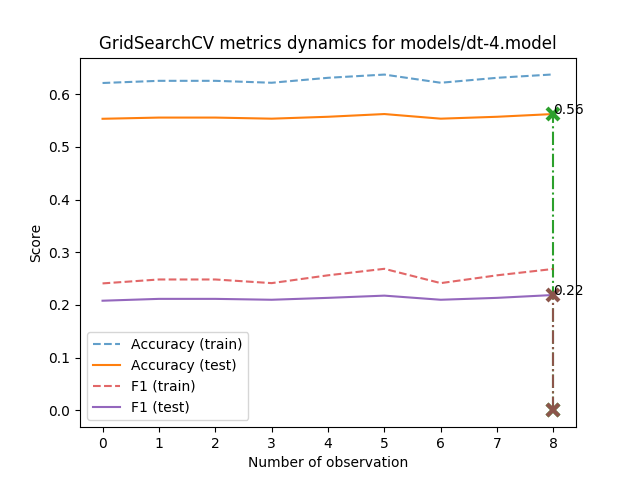
Earlier version of the Graphviz export models/dt-4.model_metrics.png (AverHLV/diploma-computations). Its source is kept beside it as models/dt-4.model.dot.
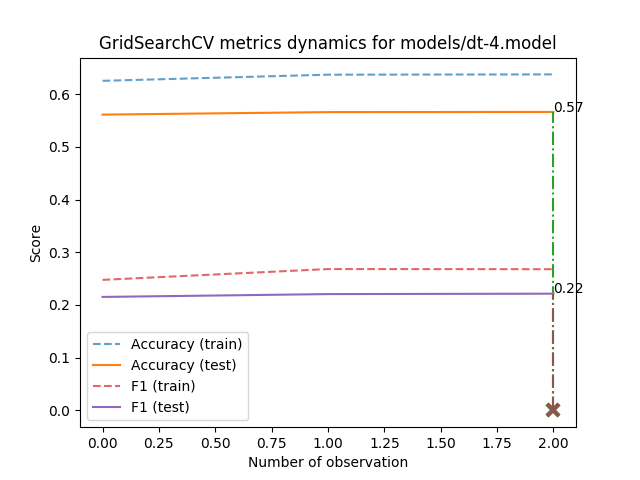
Later version of the same file.

Change to the diagram source:
```diff
@@ -1,56 +1,56 @@
 digraph Tree {
 node [shape=box, style="filled", color="black"] ;
-0 [label="Topic <= 0.998\ngini = 0.558\nsamples = 12051\nvalue = [[25, 5162, 698, 4398, 1768]\n[330, 7345, 2421, 810, 1145]\n[145, 6593, 575, 4045, 693]\n...\n[15, 5632, 841, 3935, 1628]\n[9, 140, 60, 48, 11794]\n[15, 2030, 23, 7734, 2249]]", fillcolor="#fefcfb"] ;
-1 [label="ОБ <= -0.369\ngini = 0.543\nsamples = 9263\nvalue = [[21, 4617, 554, 2691, 1380]\n[277, 5793, 1743, 558, 892]\n[124, 5788, 470, 2242, 639]\n...\n[15, 4919, 452, 2500, 1377]\n[7, 118, 38, 38, 9062]\n[14, 1815, 17, 5833, 1584]]", fillcolor="#fdf6f0"] ;
+0 [label="Topic <= 0.998\ngini = 0.557\nsamples = 12051\nvalue = [[29, 5136, 709, 4423, 1754]\n[320, 7314, 2461, 824, 1132]\n[159, 6626, 587, 3997, 682]\n...\n[16, 5680, 833, 3905, 1617]\n[9, 140, 68, 43, 11791]\n[17, 1995, 26, 7793, 2220]]", fillcolor="#fefcfa"] ;
+1 [label="ОБ <= -0.236\ngini = 0.542\nsamples = 9312\nvalue = [[24, 4612, 561, 2744, 1371]\n[269, 5793, 1790, 560, 900]\n[138, 5820, 483, 2244, 627]\n...\n[16, 4984, 443, 2501, 1368]\n[8, 120, 40, 35, 9109]\n[16, 1789, 18, 5886, 1603]]", fillcolor="#fdf5f0"] ;
 0 -> 1 [labeldistance=2.5, labelangle=45, headlabel="True"] ;
-5 [label="Позафракційні <= -1.95\ngini = 0.532\nsamples = 2170\nvalue = [[7, 1216, 75, 450, 422]\n[40, 1447, 221, 161, 301]\n[26, 1331, 65, 479, 269]\n...\n[7, 1138, 83, 561, 381]\n[1, 16, 7, 1, 2145]\n[8, 330, 1, 1229, 602]]", fillcolor="#fcf1e9"] ;
+5 [label="Позафракційні <= -1.95\ngini = 0.534\nsamples = 2489\nvalue = [[12, 1350, 105, 556, 466]\n[41, 1624, 314, 177, 333]\n[35, 1506, 77, 536, 335]\n...\n[8, 1289, 97, 651, 444]\n[2, 17, 9, 1, 2460]\n[11, 380, 1, 1425, 672]]", fillcolor="#fcf2eb"] ;
 1 -> 5 ;
-7 [label="gini = 0.409\nsamples = 215\nvalue = [[1, 21, 2, 125, 66]\n[0, 115, 36, 40, 24]\n[1, 38, 3, 132, 41]\n...\n[1, 22, 6, 98, 88]\n[0, 0, 0, 0, 215]\n[0, 2, 0, 42, 171]]", fillcolor="#f1bd97"] ;
+7 [label="gini = 0.417\nsamples = 218\nvalue = [[2, 25, 2, 117, 72]\n[0, 113, 45, 37, 23]\n[1, 40, 4, 132, 41]\n...\n[1, 25, 6, 103, 83]\n[0, 0, 0, 0, 218]\n[0, 4, 0, 43, 171]]", fillcolor="#f2c09c"] ;
 5 -> 7 ;
-8 [label="ВОБ <= -0.559\ngini = 0.515\nsamples = 1955\nvalue = [[6, 1195, 73, 325, 356]\n[40, 1332, 185, 121, 277]\n[25, 1293, 62, 347, 228]\n...\n[6, 1116, 77, 463, 293]\n[1, 16, 7, 1, 1930]\n[8, 328, 1, 1187, 431]]", fillcolor="#fbeade"] ;
+8 [label="ВОБ <= -0.559\ngini = 0.52\nsamples = 2271\nvalue = [[10, 1325, 103, 439, 394]\n[41, 1511, 269, 140, 310]\n[34, 1466, 73, 404, 294]\n...\n[7, 1264, 91, 548, 361]\n[2, 17, 9, 1, 2242]\n[11, 376, 1, 1382, 501]]", fillcolor="#fbece1"] ;
 5 -> 8 ;
-23 [label="gini = 0.53\nsamples = 468\nvalue = [[0, 248, 11, 105, 104]\n[9, 240, 43, 44, 132]\n[6, 261, 26, 130, 45]\n...\n[0, 232, 15, 162, 59]\n[0, 0, 0, 0, 468]\n[1, 90, 0, 286, 91]]", fillcolor="#fcf0e8"] ;
+23 [label="gini = 0.526\nsamples = 561\nvalue = [[0, 272, 22, 153, 114]\n[9, 287, 58, 43, 164]\n[8, 311, 30, 133, 79]\n...\n[1, 267, 15, 205, 73]\n[0, 0, 0, 0, 561]\n[1, 107, 0, 357, 96]]", fillcolor="#fceee5"] ;
 8 -> 23 ;
-24 [label="gini = 0.494\nsamples = 1487\nvalue = [[6, 947, 62, 220, 252]\n[31, 1092, 142, 77, 145]\n[19, 1032, 36, 217, 183]\n...\n[6, 884, 62, 301, 234]\n[1, 16, 7, 1, 1462]\n[7, 238, 1, 901, 340]]", fillcolor="#f9e1cf"] ;
+24 [label="gini = 0.503\nsamples = 1710\nvalue = [[10, 1053, 81, 286, 280]\n[32, 1224, 211, 97, 146]\n[26, 1155, 43, 271, 215]\n...\n[6, 997, 76, 343, 288]\n[2, 17, 9, 1, 1681]\n[10, 269, 1, 1025, 405]]", fillcolor="#fae5d6"] ;
 8 -> 24 ;
-6 [label="Topic <= -1.596\ngini = 0.536\nsamples = 7093\nvalue = [[14, 3401, 479, 2241, 958]\n[237, 4346, 1522, 397, 591]\n[98, 4457, 405, 1763, 370]\n...\n[8, 3781, 369, 1939, 996]\n[6, 102, 31, 37, 6917]\n[6, 1485, 16, 4604, 982]]", fillcolor="#fcf3ec"] ;
+6 [label="Topic <= -1.596\ngini = 0.534\nsamples = 6823\nvalue = [[12, 3262, 456, 2188, 905]\n[228, 4169, 1476, 383, 567]\n[103, 4314, 406, 1708, 292]\n...\n[8, 3695, 346, 1850, 924]\n[6, 103, 31, 34, 6649]\n[5, 1409, 17, 4461, 931]]", fillcolor="#fcf2eb"] ;
 1 -> 6 ;
-9 [label="gini = 0.47\nsamples = 337\nvalue = [[2, 92, 52, 170, 21]\n[5, 244, 63, 11, 14]\n[0, 85, 65, 185, 2]\n...\n[0, 80, 86, 128, 43]\n[0, 23, 1, 15, 298]\n[0, 23, 0, 232, 82]]", fillcolor="#f7d6bf"] ;
+9 [label="gini = 0.467\nsamples = 335\nvalue = [[3, 90, 58, 164, 20]\n[4, 249, 62, 9, 11]\n[0, 82, 65, 186, 2]\n...\n[1, 86, 81, 126, 41]\n[0, 21, 1, 15, 298]\n[0, 23, 0, 231, 81]]", fillcolor="#f6d5be"] ;
 6 -> 9 ;
-10 [label="НФ <= 0.573\ngini = 0.531\nsamples = 6756\nvalue = [[12, 3309, 427, 2071, 937]\n[232, 4102, 1459, 386, 577]\n[98, 4372, 340, 1578, 368]\n...\n[8, 3701, 283, 1811, 953]\n[6, 79, 30, 22, 6619]\n[6, 1462, 16, 4372, 900]]", fillcolor="#fcf1e8"] ;
+10 [label="НФ <= 0.573\ngini = 0.529\nsamples = 6488\nvalue = [[9, 3172, 398, 2024, 885]\n[224, 3920, 1414, 374, 556]\n[103, 4232, 341, 1522, 290]\n...\n[7, 3609, 265, 1724, 883]\n[6, 82, 30, 19, 6351]\n[5, 1386, 17, 4230, 850]]", fillcolor="#fcf0e7"] ;
 6 -> 10 ;
-13 [label="Екогрупа <= -1.414\ngini = 0.523\nsamples = 4598\nvalue = [[5, 2127, 252, 1545, 669]\n[127, 2929, 1009, 228, 305]\n[51, 2938, 217, 1120, 272]\n...\n[7, 2619, 199, 1323, 450]\n[4, 19, 16, 13, 4546]\n[2, 1031, 11, 3004, 550]]", fillcolor="#fbede3"] ;
+13 [label="Екогрупа <= -1.414\ngini = 0.521\nsamples = 4446\nvalue = [[5, 2058, 237, 1505, 641]\n[124, 2823, 996, 219, 284]\n[55, 2851, 227, 1090, 223]\n...\n[7, 2587, 191, 1265, 396]\n[4, 27, 16, 13, 4386]\n[4, 977, 11, 2934, 520]]", fillcolor="#fbede2"] ;
 10 -> 13 ;
-21 [label="gini = 0.492\nsamples = 229\nvalue = [[0, 68, 11, 112, 38]\n[4, 141, 41, 5, 38]\n[0, 87, 5, 137, 0]\n...\n[0, 86, 17, 92, 34]\n[0, 1, 0, 0, 228]\n[0, 14, 0, 66, 149]]", fillcolor="#f9e0ce"] ;
-13 -> 21 ;
-22 [label="gini = 0.518\nsamples = 4369\nvalue = [[5, 2059, 241, 1433, 631]\n[123, 2788, 968, 223, 267]\n[51, 2851, 212, 983, 272]\n...\n[7, 2533, 182, 1231, 416]\n[4, 18, 16, 13, 4318]\n[2, 1017, 11, 2938, 401]]", fillcolor="#fbebdf"] ;
-13 -> 22 ;
-14 [label="gini = 0.531\nsamples = 2158\nvalue = [[7, 1182, 175, 526, 268]\n[105, 1173, 450, 158, 272]\n[47, 1434, 123, 458, 96]\n...\n[1, 1082, 84, 488, 503]\n[2, 60, 14, 9, 2073]\n[4, 431, 5, 1368, 350]]", fillcolor="#fcf1e9"] ;
+17 [label="gini = 0.481\nsamples = 216\nvalue = [[0, 60, 14, 103, 39]\n[3, 132, 38, 4, 39]\n[0, 79, 6, 131, 0]\n...\n[0, 83, 11, 95, 27]\n[0, 2, 0, 0, 214]\n[0, 14, 0, 62, 140]]", fillcolor="#f8dbc7"] ;
+13 -> 17 ;
+18 [label="gini = 0.516\nsamples = 4230\nvalue = [[5, 1998, 223, 1402, 602]\n[121, 2691, 958, 215, 245]\n[55, 2772, 221, 959, 223]\n...\n[7, 2504, 180, 1170, 369]\n[4, 25, 16, 13, 4172]\n[4, 963, 11, 2872, 380]]", fillcolor="#fbeadf"] ;
+13 -> 18 ;
+14 [label="gini = 0.529\nsamples = 2042\nvalue = [[4, 1114, 161, 519, 244]\n[100, 1097, 418, 155, 272]\n[48, 1381, 114, 432, 67]\n...\n[0, 1022, 74, 459, 487]\n[2, 55, 14, 6, 1965]\n[1, 409, 6, 1296, 330]]", fillcolor="#fcf0e7"] ;
 10 -> 14 ;
-2 [label="НФ <= -0.149\ngini = 0.525\nsamples = 2788\nvalue = [[4, 545, 144, 1707, 388]\n[53, 1552, 678, 252, 253]\n[21, 805, 105, 1803, 54]\n...\n[0, 713, 389, 1435, 251]\n[2, 22, 22, 10, 2732]\n[1, 215, 6, 1901, 665]]", fillcolor="#fceee5"] ;
+2 [label="НФ <= -0.149\ngini = 0.526\nsamples = 2739\nvalue = [[5, 524, 148, 1679, 383]\n[51, 1521, 671, 264, 232]\n[21, 806, 104, 1753, 55]\n...\n[0, 696, 390, 1404, 249]\n[1, 20, 28, 8, 2682]\n[1, 206, 8, 1907, 617]]", fillcolor="#fceee5"] ;
 0 -> 2 [labeldistance=2.5, labelangle=-45, headlabel="False"] ;
-3 [label="Topic <= 1.016\ngini = 0.46\nsamples = 1881\nvalue = [[1, 158, 58, 1415, 249]\n[24, 1007, 467, 206, 177]\n[2, 332, 42, 1479, 26]\n...\n[0, 344, 234, 1213, 90]\n[0, 3, 2, 1, 1875]\n[1, 69, 1, 1339, 471]]", fillcolor="#f6d2b9"] ;
+3 [label="Topic <= 1.016\ngini = 0.461\nsamples = 1833\nvalue = [[1, 143, 62, 1383, 244]\n[25, 970, 463, 221, 154]\n[2, 336, 51, 1421, 23]\n...\n[0, 337, 234, 1165, 97]\n[0, 3, 2, 1, 1827]\n[1, 69, 3, 1338, 422]]", fillcolor="#f6d3ba"] ;
 2 -> 3 ;
-11 [label="Воля <= -0.217\ngini = 0.351\nsamples = 568\nvalue = [[0, 3, 23, 494, 48]\n[5, 403, 9, 95, 56]\n[0, 44, 10, 514, 0]\n...\n[0, 39, 142, 346, 41]\n[0, 0, 0, 0, 568]\n[0, 1, 0, 412, 155]]", fillcolor="#eca36f"] ;
+11 [label="Екогрупа <= -1.414\ngini = 0.351\nsamples = 540\nvalue = [[0, 3, 27, 465, 45]\n[7, 374, 11, 100, 48]\n[0, 46, 9, 485, 0]\n...\n[0, 40, 133, 328, 39]\n[0, 0, 0, 0, 540]\n[0, 1, 0, 403, 136]]", fillcolor="#eca470"] ;
 3 -> 11 ;
-25 [label="gini = 0.271\nsamples = 198\nvalue = [[0, 1, 21, 175, 1]\n[1, 112, 1, 49, 35]\n[0, 0, 3, 195, 0]\n...\n[0, 9, 11, 137, 41]\n[0, 0, 0, 0, 198]\n[0, 0, 0, 44, 154]]", fillcolor="#e58139"] ;
+25 [label="gini = 0.268\nsamples = 172\nvalue = [[0, 1, 23, 147, 1]\n[2, 95, 2, 48, 25]\n[0, 0, 2, 170, 0]\n...\n[0, 5, 7, 122, 38]\n[0, 0, 0, 0, 172]\n[0, 0, 0, 38, 134]]", fillcolor="#e58139"] ;
 11 -> 25 ;
-26 [label="gini = 0.327\nsamples = 370\nvalue = [[0, 2, 2, 319, 47]\n[4, 291, 8, 46, 21]\n[0, 44, 7, 319, 0]\n...\n[0, 30, 131, 209, 0]\n[0, 0, 0, 0, 370]\n[0, 1, 0, 368, 1]]", fillcolor="#ea995f"] ;
+26 [label="gini = 0.328\nsamples = 368\nvalue = [[0, 2, 4, 318, 44]\n[5, 279, 9, 52, 23]\n[0, 46, 7, 315, 0]\n...\n[0, 35, 126, 206, 1]\n[0, 0, 0, 0, 368]\n[0, 1, 0, 365, 2]]", fillcolor="#ea9b61"] ;
 11 -> 26 ;
-12 [label="Воля <= 0.475\ngini = 0.468\nsamples = 1313\nvalue = [[1, 155, 35, 921, 201]\n[19, 604, 458, 111, 121]\n[2, 288, 32, 965, 26]\n...\n[0, 305, 92, 867, 49]\n[0, 3, 2, 1, 1307]\n[1, 68, 1, 927, 316]]", fillcolor="#f6d6be"] ;
+12 [label="Воля <= 0.475\ngini = 0.469\nsamples = 1293\nvalue = [[1, 140, 35, 918, 199]\n[18, 596, 452, 121, 106]\n[2, 290, 42, 936, 23]\n...\n[0, 297, 101, 837, 58]\n[0, 3, 2, 1, 1287]\n[1, 68, 3, 935, 286]]", fillcolor="#f7d6bf"] ;
 3 -> 12 ;
-15 [label="Екогрупа <= -1.837\ngini = 0.512\nsamples = 636\nvalue = [[1, 120, 21, 349, 145]\n[11, 382, 133, 39, 71]\n[2, 213, 24, 373, 24]\n...\n[0, 197, 46, 362, 31]\n[0, 3, 2, 1, 630]\n[1, 44, 0, 292, 299]]", fillcolor="#fae8dc"] ;
-12 -> 15 ;
-17 [label="gini = 0.373\nsamples = 265\nvalue = [[0, 6, 1, 190, 68]\n[5, 115, 72, 20, 53]\n[0, 20, 4, 236, 5]\n...\n[0, 22, 14, 223, 6]\n[0, 0, 0, 0, 265]\n[1, 0, 0, 3, 261]]", fillcolor="#eead7e"] ;
-15 -> 17 ;
-18 [label="gini = 0.519\nsamples = 371\nvalue = [[1, 114, 20, 159, 77]\n[6, 267, 61, 19, 18]\n[2, 193, 20, 137, 19]\n...\n[0, 175, 32, 139, 25]\n[0, 3, 2, 1, 365]\n[0, 44, 0, 289, 38]]", fillcolor="#fbece1"] ;
-15 -> 18 ;
-16 [label="gini = 0.381\nsamples = 677\nvalue = [[0, 35, 14, 572, 56]\n[8, 222, 325, 72, 50]\n[0, 75, 8, 592, 2]\n...\n[0, 108, 46, 505, 18]\n[0, 0, 0, 0, 677]\n[0, 24, 1, 635, 17]]", fillcolor="#efb083"] ;
-12 -> 16 ;
-4 [label="Topic <= 1.016\ngini = 0.565\nsamples = 907\nvalue = [[3, 387, 86, 292, 139]\n[29, 545, 211, 46, 76]\n[19, 473, 63, 324, 28]\n...\n[0, 369, 155, 222, 161]\n[2, 19, 20, 9, 857]\n[0, 146, 5, 562, 194]]", fillcolor="#ffffff"] ;
+19 [label="Екогрупа <= -1.837\ngini = 0.512\nsamples = 607\nvalue = [[1, 103, 21, 340, 142]\n[11, 357, 136, 45, 58]\n[2, 203, 32, 349, 21]\n...\n[0, 186, 51, 333, 37]\n[0, 3, 2, 1, 601]\n[1, 40, 0, 293, 273]]", fillcolor="#fae8dc"] ;
+12 -> 19 ;
+21 [label="gini = 0.374\nsamples = 242\nvalue = [[0, 5, 1, 174, 62]\n[5, 103, 71, 20, 43]\n[0, 17, 4, 216, 5]\n...\n[0, 21, 14, 200, 7]\n[0, 0, 0, 0, 242]\n[1, 0, 0, 3, 238]]", fillcolor="#eeae7f"] ;
+19 -> 21 ;
+22 [label="gini = 0.518\nsamples = 365\nvalue = [[1, 98, 20, 166, 80]\n[6, 254, 65, 25, 15]\n[2, 186, 28, 133, 16]\n...\n[0, 165, 37, 133, 30]\n[0, 3, 2, 1, 359]\n[0, 40, 0, 290, 35]]", fillcolor="#fbebe0"] ;
+19 -> 22 ;
+20 [label="gini = 0.389\nsamples = 686\nvalue = [[0, 37, 14, 578, 57]\n[7, 239, 316, 76, 48]\n[0, 87, 10, 587, 2]\n...\n[0, 111, 50, 504, 21]\n[0, 0, 0, 0, 686]\n[0, 28, 3, 642, 13]]", fillcolor="#f0b48a"] ;
+12 -> 20 ;
+4 [label="Topic <= 1.016\ngini = 0.565\nsamples = 906\nvalue = [[4, 381, 86, 296, 139]\n[26, 551, 208, 43, 78]\n[19, 470, 53, 332, 32]\n...\n[0, 359, 156, 239, 152]\n[1, 17, 26, 7, 855]\n[0, 137, 5, 569, 195]]", fillcolor="#ffffff"] ;
 2 -> 4 ;
-19 [label="gini = 0.275\nsamples = 91\nvalue = [[0, 25, 20, 44, 2]\n[1, 69, 1, 7, 13]\n[0, 5, 0, 86, 0]\n...\n[0, 7, 66, 18, 0]\n[0, 0, 0, 0, 91]\n[0, 0, 0, 32, 59]]", fillcolor="#e5833c"] ;
-4 -> 19 ;
-20 [label="gini = 0.56\nsamples = 816\nvalue = [[3, 362, 66, 248, 137]\n[28, 476, 210, 39, 63]\n[19, 468, 63, 238, 28]\n...\n[0, 362, 89, 204, 161]\n[2, 19, 20, 9, 766]\n[0, 146, 5, 530, 135]]", fillcolor="#fffdfc"] ;
-4 -> 20 ;
+15 [label="gini = 0.281\nsamples = 102\nvalue = [[0, 23, 22, 53, 4]\n[1, 80, 2, 7, 12]\n[0, 6, 0, 96, 0]\n...\n[0, 7, 74, 21, 0]\n[0, 0, 0, 0, 102]\n[0, 0, 0, 34, 68]]", fillcolor="#e68742"] ;
+4 -> 15 ;
+16 [label="gini = 0.56\nsamples = 804\nvalue = [[4, 358, 64, 243, 135]\n[25, 471, 206, 36, 66]\n[19, 464, 53, 236, 32]\n...\n[0, 352, 82, 218, 152]\n[1, 17, 26, 7, 753]\n[0, 137, 5, 535, 127]]", fillcolor="#fffdfc"] ;
+4 -> 16 ;
 }
```
